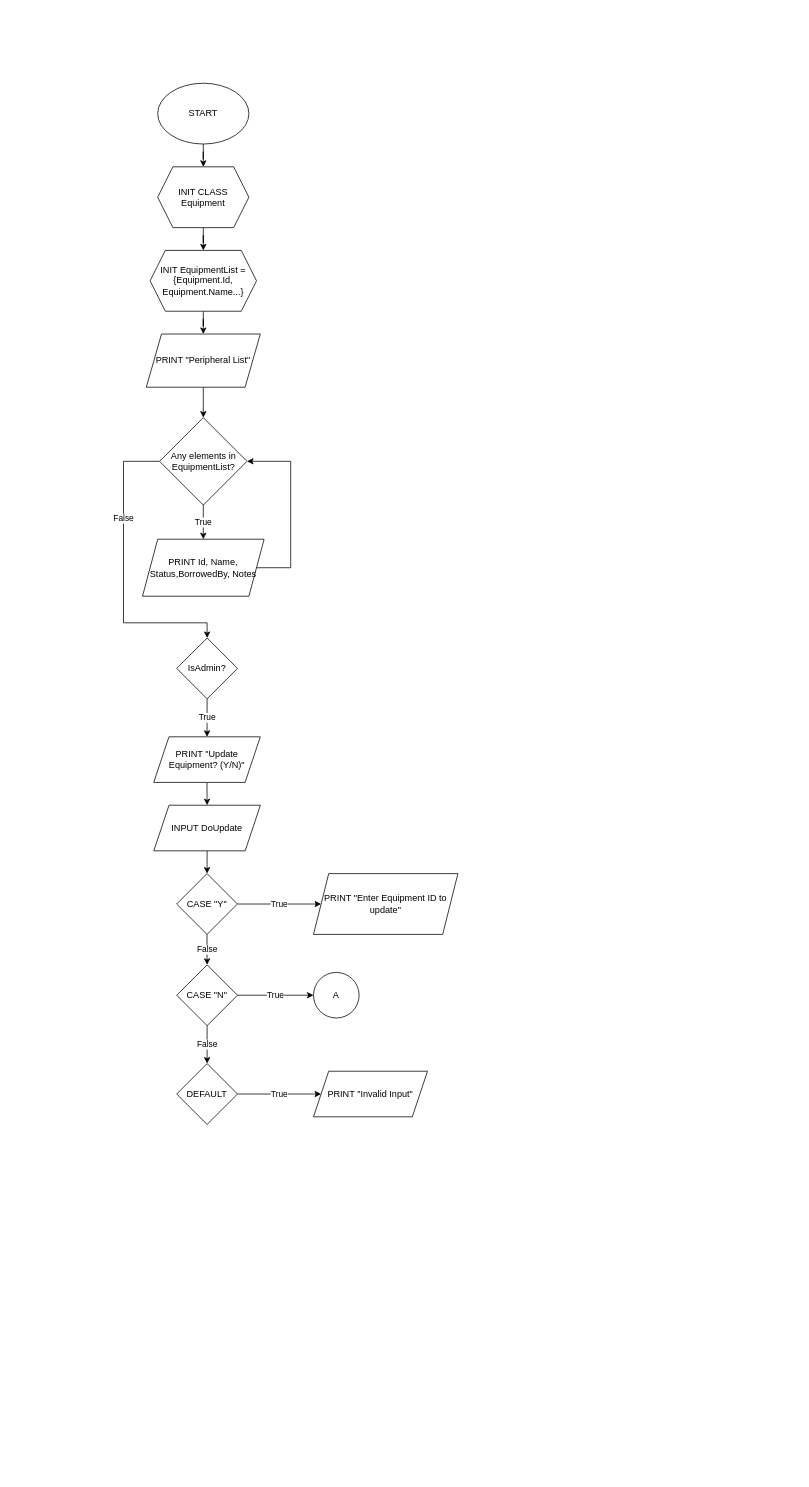
Before: Untitled Diagram.drawio in FrinceNacion/EnrollmentModule, a draw.io diagram. Source tidied: cells renumbered, new cells numbered last; positions are measured from the earlier drawing's top-left corner, leaving out a move shared by most shapes. Both pictures are drawn from the tidied source at 76%, with x=0, y=0 at pixel (123, 83).
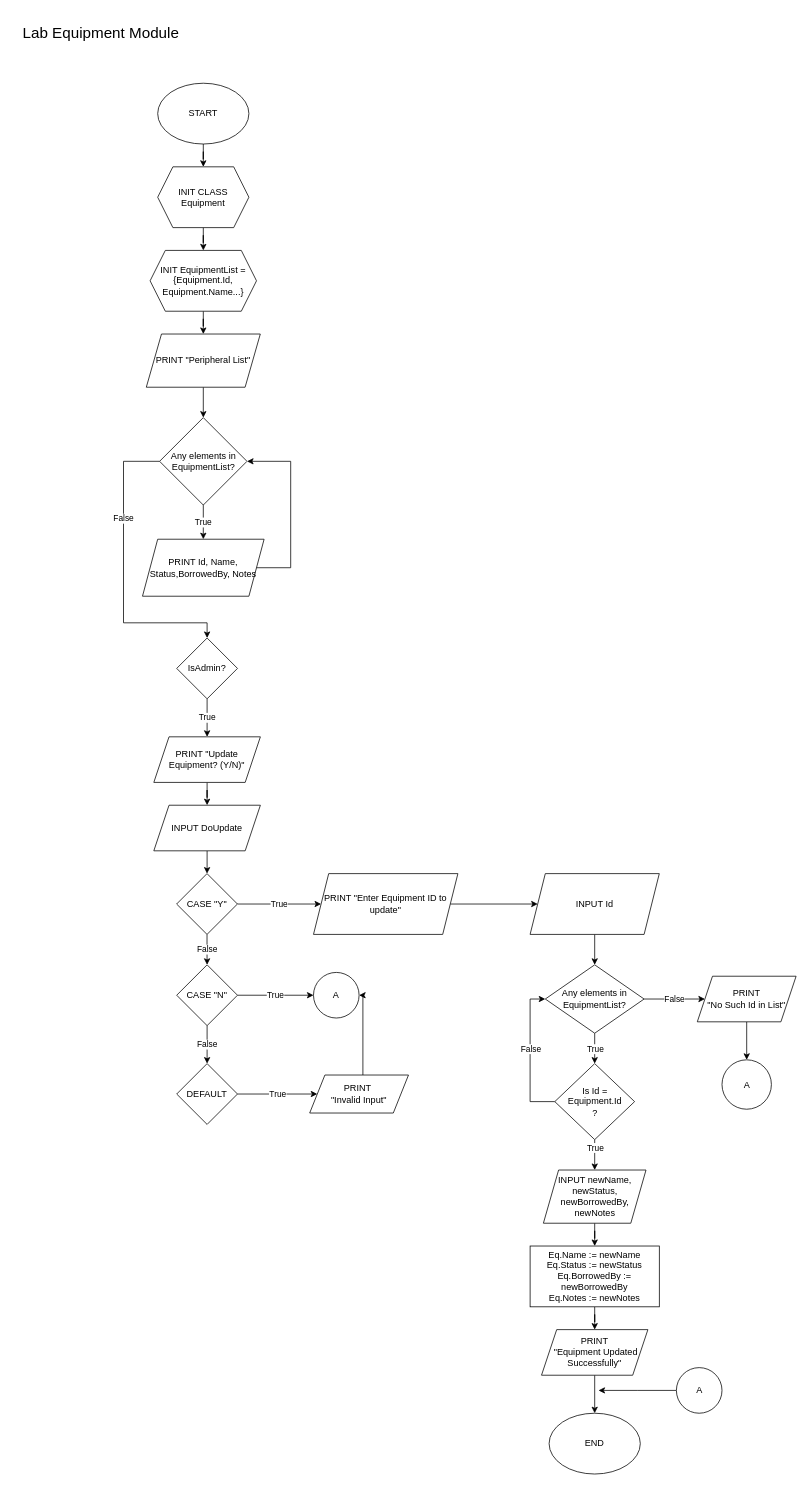
The same diagram, later.

The change refers to these unchanged cells:
```xml
<mxCell id="29" value="PRINT &quot;Enter Equipment ID to update&quot;" style="shape=parallelogram;perimeter=parallelogramPerimeter;whiteSpace=wrap;html=1;fixedSize=1;" parent="1" vertex="1">
  <mxGeometry x="250" y="1040" width="190" height="80" as="geometry" />
</mxCell>
<mxCell id="30" value="A" style="ellipse;whiteSpace=wrap;html=1;" parent="1" vertex="1">
  <mxGeometry x="250" y="1170" width="60" height="60" as="geometry" />
</mxCell>
```

Diff of the diagram source:
```diff
@@
     <mxCell id="18" value="PRINT &quot;Update Equipment? (Y/N)&quot;" style="shape=parallelogram;perimeter=parallelogramPerimeter;whiteSpace=wrap;html=1;fixedSize=1;" parent="1" vertex="1">
-      <mxGeometry x="39.8" y="860" width="140.2" height="60" as="geometry" />
+      <mxGeometry x="39.9" y="860" width="140.2" height="60" as="geometry" />
     </mxCell>
@@
+    <mxCell id="32" style="edgeStyle=orthogonalEdgeStyle;rounded=0;jettySize=auto;html=1;" parent="1" edge="1" source="29" target="35">
+      <mxGeometry relative="1" as="geometry" />
+    </mxCell>
@@
+    <mxCell id="33" style="edgeStyle=orthogonalEdgeStyle;rounded=0;jettySize=auto;html=1;" parent="1" edge="1" source="31" target="30">
+      <mxGeometry relative="1" as="geometry">
+        <Array as="points">
+          <mxPoint x="315" y="1200" />
+        </Array>
+      </mxGeometry>
+    </mxCell>
-    <mxCell id="31" value="PRINT &quot;Invalid Input&quot;" style="shape=parallelogram;perimeter=parallelogramPerimeter;whiteSpace=wrap;html=1;fixedSize=1;" parent="1" vertex="1">
-      <mxGeometry x="250" y="1300" width="150" height="60" as="geometry" />
+    <mxCell id="31" value="&lt;div&gt;PRINT&amp;nbsp;&lt;/div&gt;&lt;div&gt;&quot;Invalid Input&quot;&lt;/div&gt;" style="shape=parallelogram;perimeter=parallelogramPerimeter;whiteSpace=wrap;html=1;fixedSize=1;" parent="1" vertex="1">
+      <mxGeometry x="245" y="1305" width="130" height="50" as="geometry" />
     </mxCell>
+    <mxCell id="34" style="edgeStyle=orthogonalEdgeStyle;rounded=0;jettySize=auto;html=1;exitX=0.5;exitY=1;exitDx=0;exitDy=0;entryX=0.5;entryY=0;entryDx=0;entryDy=0;" parent="1" edge="1" source="35" target="39">
+      <mxGeometry relative="1" as="geometry" />
+    </mxCell>
+    <mxCell id="35" value="INPUT Id" style="shape=parallelogram;perimeter=parallelogramPerimeter;whiteSpace=wrap;html=1;fixedSize=1;" parent="1" vertex="1">
+      <mxGeometry x="535" y="1040" width="170" height="80" as="geometry" />
+    </mxCell>
+    <mxCell id="36" style="edgeStyle=orthogonalEdgeStyle;rounded=0;jettySize=auto;html=1;" parent="1" edge="1" source="39" target="44">
+      <mxGeometry relative="1" as="geometry" />
+    </mxCell>
+    <mxCell id="37" value="True" style="edgeLabel;html=1;align=center;verticalAlign=middle;" parent="36" vertex="1">
+      <mxGeometry x="0.12" y="1" relative="1" as="geometry">
+        <mxPoint x="-1" y="-2" as="offset" />
+      </mxGeometry>
+    </mxCell>
+    <mxCell id="38" value="False" style="edgeStyle=orthogonalEdgeStyle;rounded=0;jettySize=auto;html=1;" parent="1" edge="1" source="39" target="52">
+      <mxGeometry relative="1" as="geometry" />
+    </mxCell>
+    <mxCell id="39" value="Any elements in EquipmentList?" style="rhombus;whiteSpace=wrap;html=1;align=center;" parent="1" vertex="1">
+      <mxGeometry x="555" y="1160" width="130" height="90" as="geometry" />
+    </mxCell>
+    <mxCell id="40" style="edgeStyle=orthogonalEdgeStyle;rounded=0;jettySize=auto;html=1;" parent="1" edge="1" source="44" target="46">
+      <mxGeometry relative="1" as="geometry" />
+    </mxCell>
+    <mxCell id="41" value="True" style="edgeLabel;html=1;align=center;verticalAlign=middle;" parent="40" vertex="1">
+      <mxGeometry x="-0.72" y="-1" relative="1" as="geometry">
+        <mxPoint x="1" y="4" as="offset" />
+      </mxGeometry>
+    </mxCell>
+    <mxCell id="42" style="edgeStyle=orthogonalEdgeStyle;rounded=0;jettySize=auto;html=1;entryX=0;entryY=0.5;entryDx=0;entryDy=0;" parent="1" edge="1" source="44" target="39">
+      <mxGeometry relative="1" as="geometry">
+        <Array as="points">
+          <mxPoint x="535" y="1340" />
+          <mxPoint x="535" y="1205" />
+        </Array>
+      </mxGeometry>
+    </mxCell>
+    <mxCell id="43" value="False" style="edgeLabel;html=1;align=center;verticalAlign=middle;" parent="42" vertex="1">
+      <mxGeometry x="0.02" y="-5" relative="1" as="geometry">
+        <mxPoint x="-5" y="-6" as="offset" />
+      </mxGeometry>
+    </mxCell>
+    <mxCell id="44" value="&lt;div&gt;Is Id = &lt;br&gt;&lt;/div&gt;&lt;div&gt;Equipment.Id&lt;br&gt;&lt;/div&gt;?" style="rhombus;whiteSpace=wrap;html=1;" parent="1" vertex="1">
+      <mxGeometry x="567.5" y="1290" width="105" height="100" as="geometry" />
+    </mxCell>
+    <mxCell id="45" style="edgeStyle=orthogonalEdgeStyle;rounded=0;jettySize=auto;html=1;" parent="1" edge="1" source="46" target="48">
+      <mxGeometry relative="1" as="geometry" />
+    </mxCell>
+    <mxCell id="46" value="&lt;div&gt;INPUT newName,&lt;/div&gt;&lt;div&gt;newStatus, newBorrowedBy,&lt;/div&gt;&lt;div&gt;newNotes&lt;br&gt;&lt;/div&gt;" style="shape=parallelogram;perimeter=parallelogramPerimeter;whiteSpace=wrap;html=1;fixedSize=1;" parent="1" vertex="1">
+      <mxGeometry x="552.5" y="1430" width="135" height="70" as="geometry" />
+    </mxCell>
+    <mxCell id="47" style="edgeStyle=orthogonalEdgeStyle;rounded=0;jettySize=auto;html=1;" parent="1" edge="1" source="48" target="50">
+      <mxGeometry relative="1" as="geometry" />
+    </mxCell>
+    <mxCell id="48" value="&lt;div align=&quot;center&quot;&gt;Eq.Name := newName&lt;/div&gt;&lt;div align=&quot;center&quot;&gt;Eq.Status := newStatus&lt;/div&gt;&lt;div align=&quot;center&quot;&gt;Eq.BorrowedBy := newBorrowedBy&lt;/div&gt;&lt;div align=&quot;center&quot;&gt;Eq.Notes := newNotes&lt;br&gt;&lt;/div&gt;" style="whiteSpace=wrap;html=1;align=center;" parent="1" vertex="1">
+      <mxGeometry x="535" y="1530" width="170" height="80" as="geometry" />
+    </mxCell>
+    <mxCell id="49" style="edgeStyle=orthogonalEdgeStyle;rounded=0;jettySize=auto;html=1;" parent="1" edge="1" source="50" target="53">
+      <mxGeometry relative="1" as="geometry" />
+    </mxCell>
+    <mxCell id="50" value="&lt;div&gt;PRINT&lt;/div&gt;&lt;div&gt;&amp;nbsp;&quot;Equipment Updated Successfully&quot;&lt;/div&gt;" style="shape=parallelogram;perimeter=parallelogramPerimeter;whiteSpace=wrap;html=1;fixedSize=1;" parent="1" vertex="1">
+      <mxGeometry x="550" y="1640" width="140" height="60" as="geometry" />
+    </mxCell>
+    <mxCell id="51" style="edgeStyle=orthogonalEdgeStyle;rounded=0;jettySize=auto;html=1;" parent="1" edge="1" source="52" target="54">
+      <mxGeometry relative="1" as="geometry" />
+    </mxCell>
+    <mxCell id="52" value="&lt;div&gt;PRINT&lt;/div&gt;&lt;div&gt;&quot;No Such Id in List&quot;&lt;br&gt;&lt;/div&gt;" style="shape=parallelogram;perimeter=parallelogramPerimeter;whiteSpace=wrap;html=1;fixedSize=1;" parent="1" vertex="1">
+      <mxGeometry x="755" y="1175" width="130" height="60" as="geometry" />
+    </mxCell>
+    <mxCell id="53" value="END" style="ellipse;whiteSpace=wrap;html=1;" parent="1" vertex="1">
+      <mxGeometry x="560" y="1750" width="120" height="80" as="geometry" />
+    </mxCell>
+    <mxCell id="54" value="A" style="ellipse;whiteSpace=wrap;html=1;" parent="1" vertex="1">
+      <mxGeometry x="787.5" y="1285" width="65" height="65" as="geometry" />
+    </mxCell>
+    <mxCell id="55" style="edgeStyle=orthogonalEdgeStyle;rounded=0;jettySize=auto;html=1;" parent="1" edge="1" source="56">
+      <mxGeometry relative="1" as="geometry">
+        <mxPoint x="625" y="1720" as="targetPoint" />
+      </mxGeometry>
+    </mxCell>
+    <mxCell id="56" value="A" style="ellipse;whiteSpace=wrap;html=1;" parent="1" vertex="1">
+      <mxGeometry x="727.5" y="1690" width="60" height="60" as="geometry" />
+    </mxCell>
+    <mxCell id="57" value="&lt;font size=&quot;1&quot;&gt;&lt;span style=&quot;line-height: 200%; font-size: 20px;&quot;&gt;Lab Equipment Module &lt;/span&gt;&lt;/font&gt;" style="text;html=1;align=center;verticalAlign=middle;strokeColor=none;fillColor=none;" parent="1" vertex="1">
+      <mxGeometry x="-145" y="-92" width="230" height="50" as="geometry" />
+    </mxCell>
```
